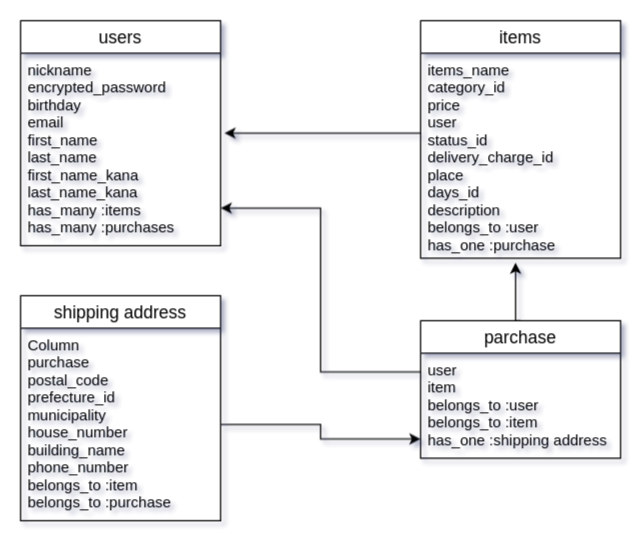
Earlier version of the draw.io diagram test.dio (suzuharu0920/furima-35835). Source tidied: cells renumbered, new cells numbered last; positions are measured from the earlier drawing's top-left corner, leaving out a move shared by most shapes. Both pictures are drawn from the tidied source at 125%, with x=0, y=0 at pixel (20, 20).
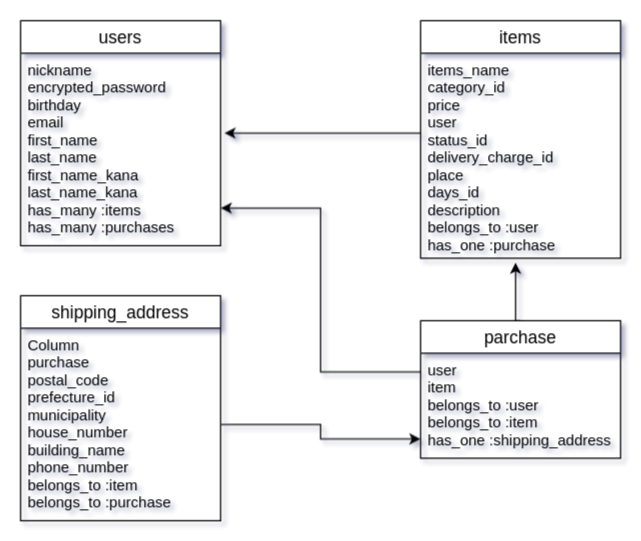
After the change.

Unchanged cells that the change refers to:
```xml
<mxCell id="10" value="parchase" style="swimlane;fontStyle=0;horizontal=1;startSize=26;align=center;fontSize=14;" parent="1" vertex="1">
  <mxGeometry x="320" y="240" width="160" height="110" as="geometry" />
</mxCell>
```

Change to the diagram source:
```diff
@@
-    <mxCell id="7" value="shipping address" style="swimlane;fontStyle=0;horizontal=1;startSize=26;align=center;fontSize=14;" parent="1" vertex="1">
+    <mxCell id="7" value="shipping_address" style="swimlane;fontStyle=0;horizontal=1;startSize=26;align=center;fontSize=14;" parent="1" vertex="1">
       <mxGeometry y="220" width="160" height="180" as="geometry" />
     </mxCell>
@@
-    <mxCell id="11" value="user&#10;item&#10;belongs_to :user&#10;belongs_to :item&#10;has_one :shipping address" style="text;strokeColor=none;fillColor=none;spacingLeft=4;spacingRight=4;overflow=hidden;points=[[0,0.5],[1,0.5]];portConstraint=eastwest;fontSize=12;" parent="10" vertex="1">
+    <mxCell id="11" value="user&#10;item&#10;belongs_to :user&#10;belongs_to :item&#10;has_one :shipping_address" style="text;strokeColor=none;fillColor=none;spacingLeft=4;spacingRight=4;overflow=hidden;points=[[0,0.5],[1,0.5]];portConstraint=eastwest;fontSize=12;" parent="10" vertex="1">
       <mxGeometry y="26" width="160" height="84" as="geometry" />
     </mxCell>
```
